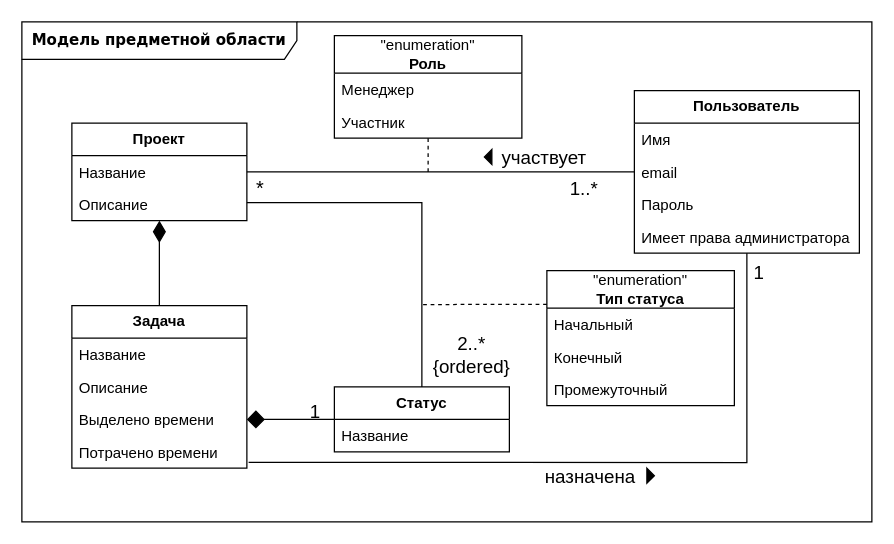
The draw.io diagram docs/raw_diagrams/domain_model.drawio in aVorotnikov/thunder_board, before the edit. Source tidied: cells renumbered, new cells numbered last; positions are measured from the earlier drawing's top-left corner, leaving out a move shared by most shapes. Both pictures are drawn from the tidied source at 125%, with x=0, y=0 at pixel (21, 21).
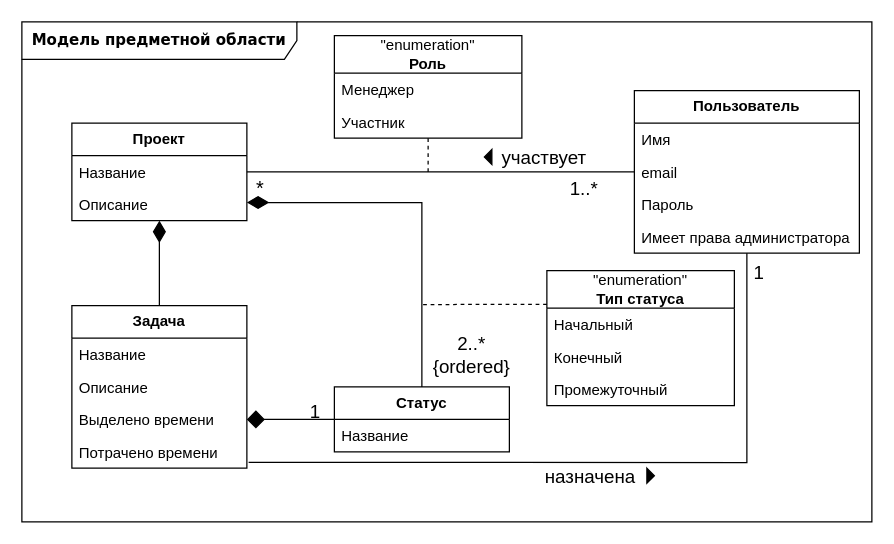
The same diagram, later.

Commit message:
Сделал статус-проект композицией

Unchanged cells that the change refers to:
```xml
<mxCell id="16" value="*" style="text;html=1;strokeColor=none;fillColor=none;align=center;verticalAlign=middle;whiteSpace=wrap;rounded=0;fontSize=16;" parent="1" vertex="1">
  <mxGeometry x="180" y="121.5" width="22" height="23" as="geometry" />
</mxCell>
<mxCell id="26" value="&lt;b&gt;Статус&lt;/b&gt;" style="swimlane;fontStyle=0;horizontal=1;startSize=26;fillColor=none;whiteSpace=wrap;html=1;" parent="1" vertex="1">
  <mxGeometry x="250" y="292" width="140" height="52" as="geometry" />
</mxCell>
```

The edit, as a diff of the source:
```diff
@@
-    <mxCell id="15" style="edgeStyle=orthogonalEdgeStyle;rounded=0;jettySize=auto;html=1;exitX=0;exitY=1;exitDx=0;exitDy=0;endArrow=none;endFill=0;" parent="1" edge="1" source="16" target="26">
+    <mxCell id="15" style="edgeStyle=orthogonalEdgeStyle;rounded=0;jettySize=auto;html=1;exitX=0;exitY=1;exitDx=0;exitDy=0;endArrow=none;endFill=0;startArrow=diamondThin;startFill=1;endSize=11;startSize=15;" parent="1" edge="1" source="16" target="26">
       <mxGeometry relative="1" as="geometry">
         <Array as="points">
           <mxPoint x="320" y="145" />
         </Array>
       </mxGeometry>
     </mxCell>
```
